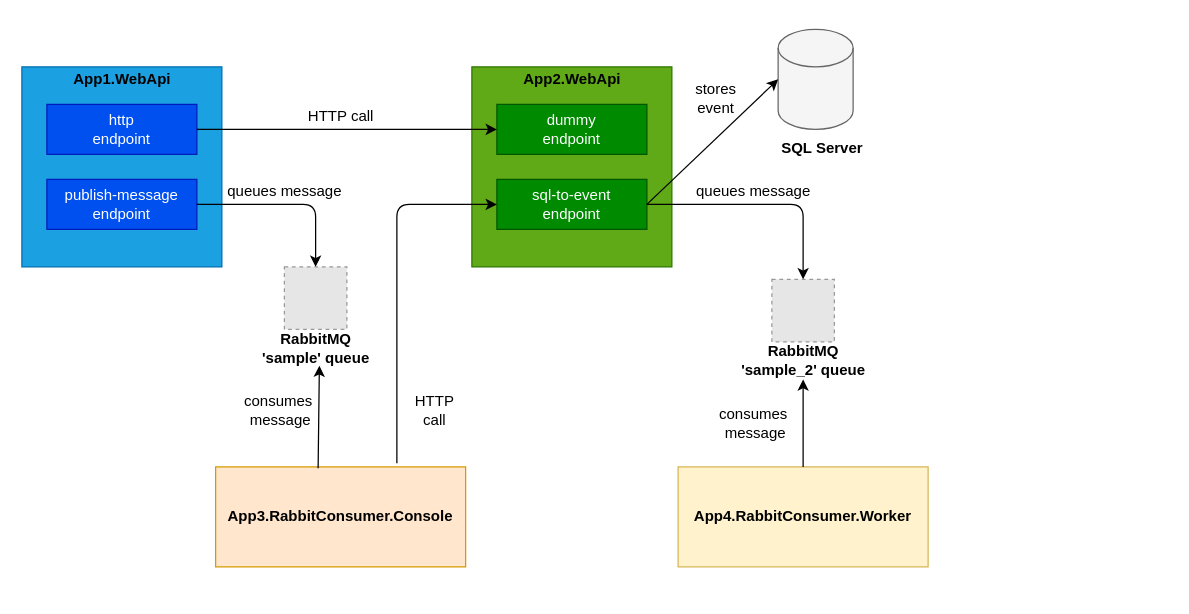
This is docs/components-diagram.drawio from karlospn/opentelemetry-tracing-demo, a draw.io file, before an edit. Source tidied: cells renumbered, new cells numbered last; positions are measured from the earlier drawing's top-left corner, leaving out a move shared by most shapes. Both pictures are drawn from the tidied source at 125%, with x=0, y=0 at pixel (21, 29). Pictures stored in the file or linked from it are replaced by grey dashed boxes.
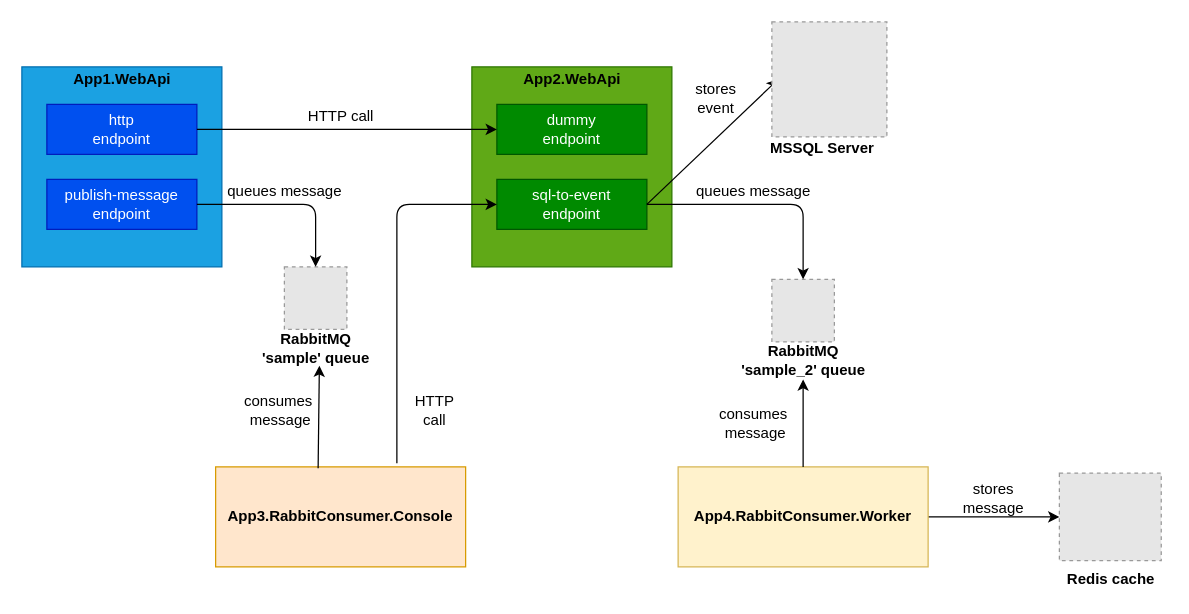
After the change.

Unchanged cells that the change refers to:
```xml
<mxCell id="9" value="sql-to-event&lt;br&gt;endpoint" style="rounded=0;whiteSpace=wrap;html=1;fillColor=#008a00;strokeColor=#005700;fontColor=#ffffff;" parent="1" vertex="1">
  <mxGeometry x="380" y="120" width="120" height="40" as="geometry" />
</mxCell>
<mxCell id="11" value="&lt;b&gt;App4.RabbitConsumer.Worker&lt;/b&gt;" style="rounded=0;whiteSpace=wrap;html=1;fillColor=#fff2cc;strokeColor=#d6b656;" parent="1" vertex="1">
  <mxGeometry x="525" y="350" width="200" height="80" as="geometry" />
</mxCell>
```

What changed in the source:
```diff
@@
+    <mxCell id="32" style="edgeStyle=orthogonalEdgeStyle;rounded=0;jettySize=auto;html=1;" parent="1" edge="1" source="11">
+      <mxGeometry relative="1" as="geometry">
+        <mxPoint x="830" y="390" as="targetPoint" />
+      </mxGeometry>
+    </mxCell>
@@
-    <mxCell id="12" style="shape=cylinder3;whiteSpace=wrap;html=1;boundedLbl=1;backgroundOutline=1;size=15;fillColor=#f5f5f5;strokeColor=#666666;fontColor=#333333;" parent="1" vertex="1">
-      <mxGeometry x="605" width="60" height="80" as="geometry" />
-    </mxCell>
-    <mxCell id="13" value="&lt;b&gt;SQL Server&lt;/b&gt;" style="text;html=1;align=center;verticalAlign=middle;" parent="1" vertex="1">
-      <mxGeometry x="600" y="85" width="80" height="20" as="geometry" />
+    <mxCell id="13" value="&lt;b&gt;MSSQL Server&lt;/b&gt;" style="text;html=1;align=center;verticalAlign=middle;" parent="1" vertex="1">
+      <mxGeometry x="590" y="85" width="100" height="20" as="geometry" />
     </mxCell>
@@
-    <mxCell id="16" style="endArrow=classic;html=1;exitX=1;exitY=0.5;exitDx=0;exitDy=0;entryX=0;entryY=0.5;entryDx=0;entryDy=0;entryPerimeter=0;" parent="1" edge="1" source="9" target="12">
-      <mxGeometry relative="1" as="geometry" />
+    <mxCell id="16" style="endArrow=classic;html=1;exitX=1;exitY=0.5;exitDx=0;exitDy=0;entryX=0;entryY=0.5;entryDx=0;entryDy=0;entryPerimeter=0;" parent="1" edge="1" source="9">
+      <mxGeometry relative="1" as="geometry">
+        <mxPoint x="605" y="40" as="targetPoint" />
+      </mxGeometry>
     </mxCell>
@@
+    <mxCell id="33" value="&lt;b&gt;Redis cache&lt;/b&gt;" style="text;html=1;align=center;verticalAlign=middle;" parent="1" vertex="1">
+      <mxGeometry x="825.7" y="430" width="90" height="20" as="geometry" />
+    </mxCell>
+    <mxCell id="34" value="stores &lt;br&gt;message" style="text;html=1;align=center;verticalAlign=middle;" parent="1" vertex="1">
+      <mxGeometry x="747" y="360" width="60" height="30" as="geometry" />
+    </mxCell>
+    <mxCell id="35" style="fillColor=#E6E6E6;strokeColor=#999999;dashed=1;verticalLabelPosition=bottom;labelBackgroundColor=#ffffff;verticalAlign=top;" parent="1" vertex="1">
+      <mxGeometry x="830" y="355" width="81.5" height="70" as="geometry" />
+    </mxCell>
+    <mxCell id="36" style="fillColor=#E6E6E6;strokeColor=#999999;dashed=1;verticalLabelPosition=bottom;labelBackgroundColor=#ffffff;verticalAlign=top;" parent="1" vertex="1">
+      <mxGeometry x="600" y="-6" width="92" height="92" as="geometry" />
+    </mxCell>
```
